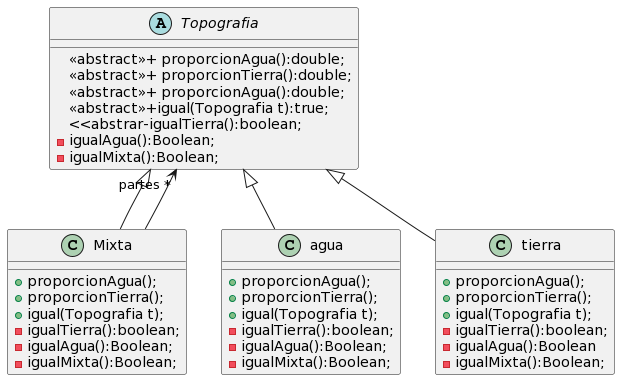
Above: uml/TopografiasUML.png in IgnacioMarianoMoscaUNLP/Oriented-Object-Problems (PlantUML), before the change. Source of this version:
```plantuml
@startuml
abstract class Topografia{
<<abstract>>+ proporcionAgua():double;
<<abstract>>+ proporcionTierra():double;
<<abstract>>+ proporcionAgua():double;
<<abstract>>+igual(Topografia t):true;
<<abstrar-igualTierra():boolean;
-igualAgua():Boolean;
-igualMixta():Boolean;
}

class Mixta{
+proporcionAgua();
+proporcionTierra();
+igual(Topografia t);
-igualTierra():boolean;
-igualAgua():Boolean;
-igualMixta():Boolean;
}

class agua{
+proporcionAgua();
+proporcionTierra();
+igual(Topografia t);
-igualTierra():boolean;
-igualAgua():Boolean;
-igualMixta():Boolean;
}

class tierra{
+proporcionAgua();
+proporcionTierra();
+igual(Topografia t);
-igualTierra():boolean;
-igualAgua():Boolean
-igualMixta():Boolean;
}

Topografia <|-- Mixta
Topografia <|-- agua
Topografia <|-- tierra
Mixta -->"partes *" Topografia
@enduml
```
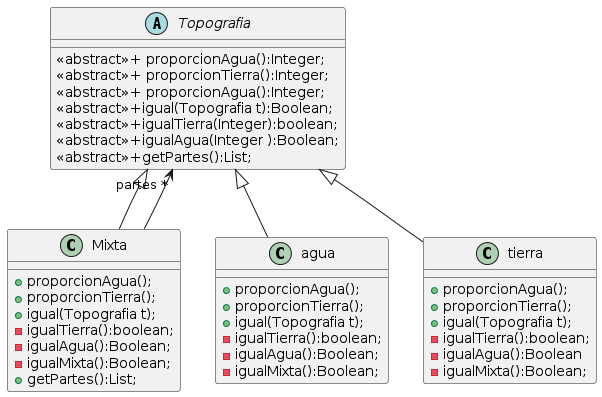
After the commit.

Commit message:
uml topo

Change to the diagram source:
```diff
@@ -1,12 +1,12 @@
 @startuml
 abstract class Topografia{
-<<abstract>>+ proporcionAgua():double;
-<<abstract>>+ proporcionTierra():double;
-<<abstract>>+ proporcionAgua():double;
-<<abstract>>+igual(Topografia t):true;
-<<abstrar-igualTierra():boolean;
--igualAgua():Boolean;
--igualMixta():Boolean;
+<<abstract>>+ proporcionAgua():Integer;
+<<abstract>>+ proporcionTierra():Integer;
+<<abstract>>+ proporcionAgua():Integer;
+<<abstract>>+igual(Topografia t):Boolean;
+<<abstract>>+igualTierra(Integer):boolean;
+<<abstract>>+igualAgua(Integer ):Boolean;
+<<abstract>>+getPartes():List;
 }
 
 class Mixta{
@@ -16,6 +16,7 @@
 -igualTierra():boolean;
 -igualAgua():Boolean;
 -igualMixta():Boolean;
++getPartes():List;
 }
 
 class agua{
```
